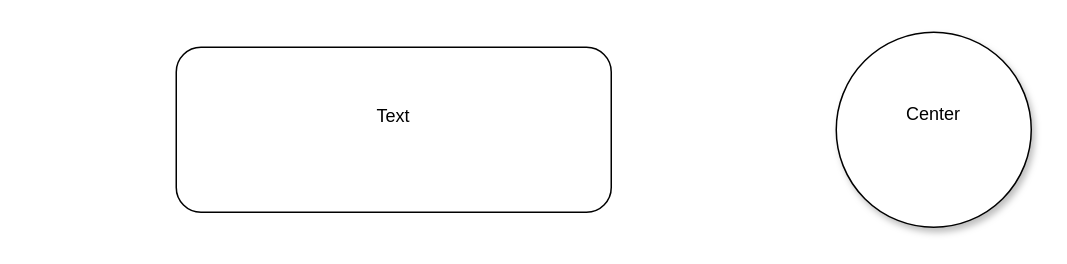
Above: duma-service/src/main/java/structure.drawio in seregAnt02/SpringBootDuma (draw.io), before the change. Source tidied: cells renumbered, new cells numbered last; positions are measured from the earlier drawing's top-left corner, leaving out a move shared by most shapes. Both pictures are drawn from the tidied source at 150%, with x=0, y=0 at pixel (176, 32).
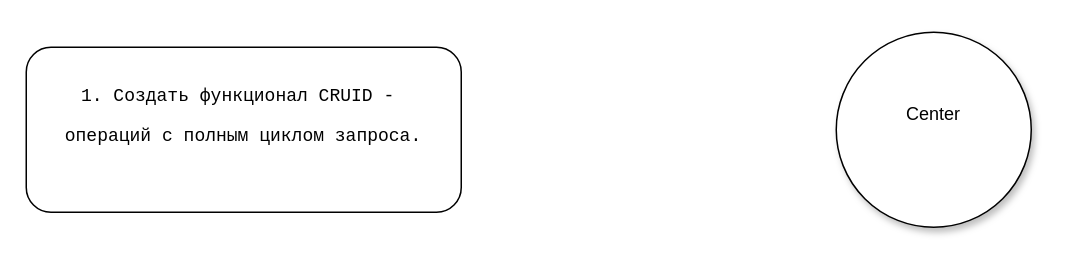
The same diagram, later.

Change to the diagram source:
```diff
@@
 <mxGraphModel>
   <root>
     <mxCell id="0" />
     <mxCell id="1" parent="0" />
     <mxCell id="2" style="group;textShadow=1;" parent="1" vertex="1">
       <mxGeometry x="440" width="130" height="130" as="geometry" />
     </mxCell>
     <mxCell id="3" style="ellipse;whiteSpace=wrap;html=1;shadow=1;" parent="2" vertex="1">
       <mxGeometry width="130" height="130" as="geometry" />
     </mxCell>
     <mxCell id="4" value="Center" style="text;html=1;align=center;verticalAlign=middle;whiteSpace=wrap;rounded=0;" parent="2" vertex="1">
       <mxGeometry x="35" y="40" width="60" height="30" as="geometry" />
     </mxCell>
-    <mxCell id="5" style="group;" parent="1" vertex="1">
-      <mxGeometry y="10" width="290" height="110" as="geometry" />
+    <mxCell id="5" style="group;whiteSpace=wrap;" parent="1" vertex="1">
+      <mxGeometry x="-100" y="10" width="290" height="110" as="geometry" />
     </mxCell>
     <mxCell id="6" style="rounded=1;whiteSpace=wrap;html=1;" parent="5" vertex="1">
       <mxGeometry width="290" height="110" as="geometry" />
     </mxCell>
-    <mxCell id="7" value="Text" style="text;html=1;align=center;verticalAlign=middle;whiteSpace=wrap;rounded=0;" parent="5" vertex="1">
+    <mxCell id="7" value="&lt;pre style=&quot;font-family: &amp;quot;JetBrains Mono&amp;quot;, monospace;&quot;&gt;&lt;span&gt;&lt;font&gt;1. Создать функционал CRUID - &lt;/font&gt;&lt;/span&gt;&lt;/pre&gt;&lt;pre style=&quot;font-family: &amp;quot;JetBrains Mono&amp;quot;, monospace;&quot;&gt;&lt;span&gt;&lt;font&gt;операций с полным циклом запроса.&lt;/font&gt;&lt;/span&gt;&lt;/pre&gt;" style="text;html=1;align=center;verticalAlign=middle;whiteSpace=wrap;rounded=0;labelBackgroundColor=default;" parent="5" vertex="1">
       <mxGeometry x="20" y="18.3" width="250" height="55" as="geometry" />
     </mxCell>
   </root>
 </mxGraphModel>
```
